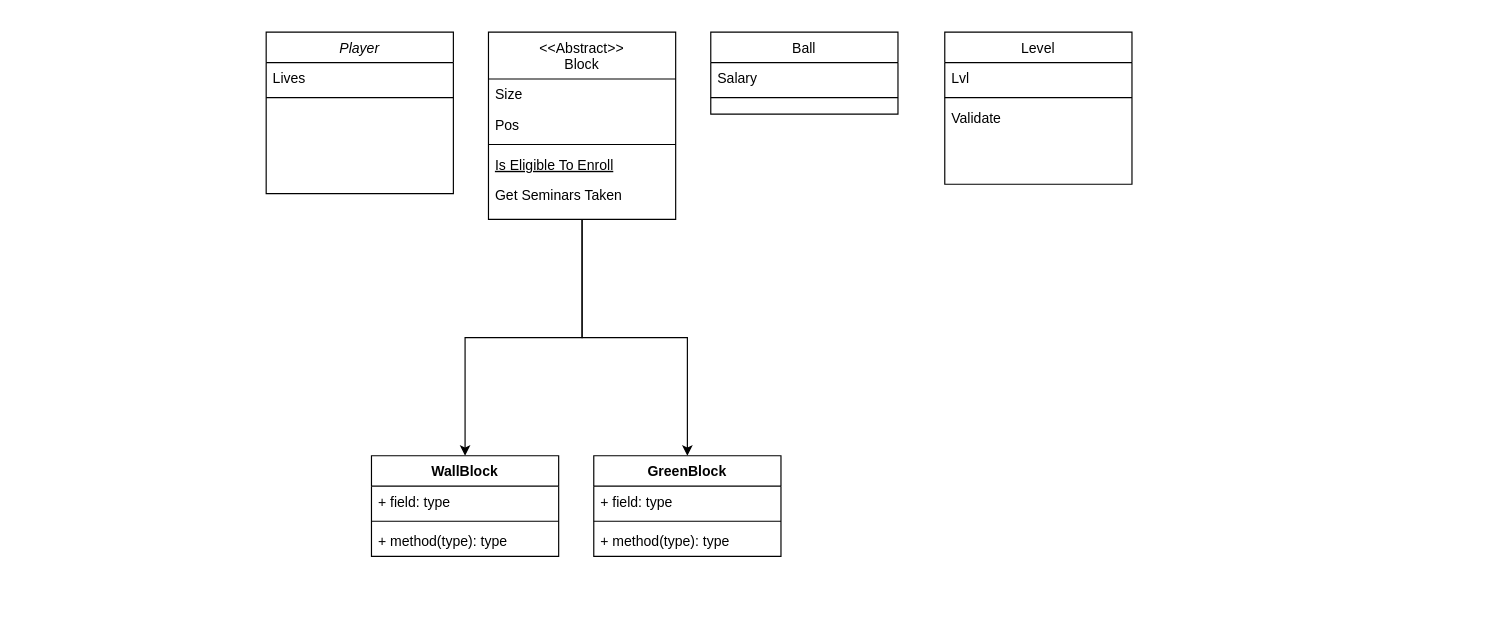
ChristianMoe2ler/DIKUGames keeps this draw.io diagram as Untitled Diagram.drawio. Above is the earlier version. Source tidied: cells renumbered, new cells numbered last; positions are measured from the earlier drawing's top-left corner, leaving out a move shared by most shapes. Both pictures are drawn from the tidied source at 117%, with x=0, y=0 at pixel (266, 32).
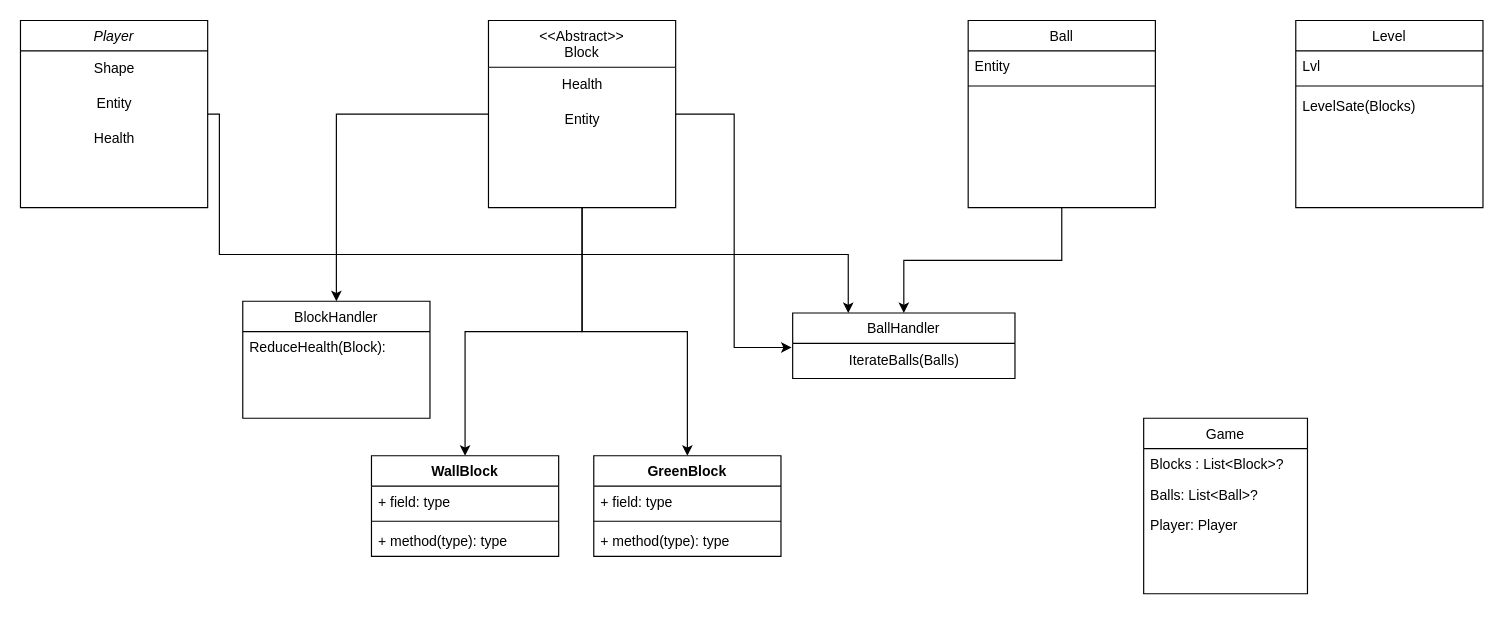
Above is the later version.

The edit, as a diff of the source:
```diff
@@
+    <mxCell id="28" style="edgeStyle=orthogonalEdgeStyle;rounded=0;jettySize=auto;html=1;entryX=0.25;entryY=0;entryDx=0;entryDy=0;" parent="1" edge="1" source="2" target="39">
+      <mxGeometry relative="1" as="geometry">
+        <Array as="points">
+          <mxPoint x="-40" y="190" />
+          <mxPoint x="498" y="190" />
+        </Array>
+      </mxGeometry>
+    </mxCell>
     <mxCell id="2" value="Player" style="swimlane;fontStyle=2;align=center;verticalAlign=top;horizontal=1;startSize=26;rounded=0;shadow=0;strokeWidth=1;" parent="1" vertex="1">
-      <mxGeometry width="160" height="138" as="geometry" />
+      <mxGeometry x="-210" y="-10" width="160" height="160" as="geometry" />
     </mxCell>
-    <mxCell id="3" value="Lives" style="text;align=left;verticalAlign=top;spacingLeft=4;spacingRight=4;overflow=hidden;" parent="2" vertex="1">
-      <mxGeometry y="26" width="160" height="26" as="geometry" />
-    </mxCell>
-    <mxCell id="4" style="line;html=1;strokeWidth=1;align=left;verticalAlign=middle;spacingTop=-1;spacingLeft=3;spacingRight=3;labelPosition=right;" parent="2" vertex="1">
-      <mxGeometry y="52" width="160" height="8" as="geometry" />
-    </mxCell>
+    <mxCell id="29" value="Shape" style="text;html=1;align=center;verticalAlign=middle;strokeColor=none;fillColor=none;" parent="2" vertex="1">
+      <mxGeometry y="26" width="160" height="30" as="geometry" />
+    </mxCell>
+    <mxCell id="30" value="Entity" style="text;html=1;align=center;verticalAlign=middle;strokeColor=none;fillColor=none;" parent="2" vertex="1">
+      <mxGeometry y="56" width="160" height="30" as="geometry" />
+    </mxCell>
+    <mxCell id="31" value="Health" style="text;html=1;align=center;verticalAlign=middle;strokeColor=none;fillColor=none;" parent="2" vertex="1">
+      <mxGeometry y="86" width="160" height="30" as="geometry" />
+    </mxCell>
@@
+    <mxCell id="32" style="edgeStyle=orthogonalEdgeStyle;rounded=0;jettySize=auto;html=1;entryX=-0.005;entryY=0.117;entryDx=0;entryDy=0;entryPerimeter=0;" parent="1" edge="1" source="7" target="40">
+      <mxGeometry relative="1" as="geometry" />
+    </mxCell>
+    <mxCell id="33" style="edgeStyle=orthogonalEdgeStyle;rounded=0;jettySize=auto;html=1;" parent="1" edge="1" source="7" target="37">
+      <mxGeometry relative="1" as="geometry" />
+    </mxCell>
     <mxCell id="7" value="&lt;&lt;Abstract&gt;&gt;&#10;Block" style="swimlane;fontStyle=0;align=center;verticalAlign=top;horizontal=1;startSize=40;rounded=0;shadow=0;strokeWidth=1;" parent="1" vertex="1">
-      <mxGeometry x="190" width="160" height="160" as="geometry" />
+      <mxGeometry x="190" y="-10" width="160" height="160" as="geometry" />
     </mxCell>
-    <mxCell id="8" value="Size" style="text;align=left;verticalAlign=top;spacingLeft=4;spacingRight=4;overflow=hidden;" parent="7" vertex="1">
-      <mxGeometry y="40" width="160" height="26" as="geometry" />
-    </mxCell>
-    <mxCell id="9" value="Pos" style="text;align=left;verticalAlign=top;spacingLeft=4;spacingRight=4;overflow=hidden;rounded=0;shadow=0;html=0;" parent="7" vertex="1">
-      <mxGeometry y="66" width="160" height="26" as="geometry" />
-    </mxCell>
-    <mxCell id="10" style="line;html=1;strokeWidth=1;align=left;verticalAlign=middle;spacingTop=-1;spacingLeft=3;spacingRight=3;labelPosition=right;" parent="7" vertex="1">
-      <mxGeometry y="92" width="160" height="8" as="geometry" />
-    </mxCell>
-    <mxCell id="11" value="Is Eligible To Enroll" style="text;align=left;verticalAlign=top;spacingLeft=4;spacingRight=4;overflow=hidden;fontStyle=4;" parent="7" vertex="1">
-      <mxGeometry y="100" width="160" height="26" as="geometry" />
-    </mxCell>
-    <mxCell id="12" value="Get Seminars Taken" style="text;align=left;verticalAlign=top;spacingLeft=4;spacingRight=4;overflow=hidden;" parent="7" vertex="1">
-      <mxGeometry y="126" width="160" height="26" as="geometry" />
-    </mxCell>
+    <mxCell id="34" value="Health" style="text;html=1;align=center;verticalAlign=middle;strokeColor=none;fillColor=none;" parent="7" vertex="1">
+      <mxGeometry y="40" width="160" height="30" as="geometry" />
+    </mxCell>
+    <mxCell id="35" value="Entity" style="text;html=1;align=center;verticalAlign=middle;strokeColor=none;fillColor=none;" parent="7" vertex="1">
+      <mxGeometry y="70" width="160" height="30" as="geometry" />
+    </mxCell>
+    <mxCell id="36" style="edgeStyle=orthogonalEdgeStyle;rounded=0;jettySize=auto;html=1;entryX=0.5;entryY=0;entryDx=0;entryDy=0;" parent="1" edge="1" source="13" target="39">
+      <mxGeometry relative="1" as="geometry" />
+    </mxCell>
     <mxCell id="13" value="Ball" style="swimlane;fontStyle=0;align=center;verticalAlign=top;horizontal=1;startSize=26;rounded=0;shadow=0;strokeWidth=1;" parent="1" vertex="1">
-      <mxGeometry x="380" width="160" height="70" as="geometry" />
+      <mxGeometry x="600" y="-10" width="160" height="160" as="geometry" />
     </mxCell>
-    <mxCell id="14" value="Salary" style="text;align=left;verticalAlign=top;spacingLeft=4;spacingRight=4;overflow=hidden;" parent="13" vertex="1">
+    <mxCell id="14" value="Entity " style="text;align=left;verticalAlign=top;spacingLeft=4;spacingRight=4;overflow=hidden;" parent="13" vertex="1">
       <mxGeometry y="26" width="160" height="26" as="geometry" />
     </mxCell>
@@
     <mxCell id="16" value="Level" style="swimlane;fontStyle=0;align=center;verticalAlign=top;horizontal=1;startSize=26;rounded=0;shadow=0;strokeWidth=1;" parent="1" vertex="1">
-      <mxGeometry x="580" width="160" height="130" as="geometry" />
+      <mxGeometry x="880" y="-10" width="160" height="160" as="geometry" />
     </mxCell>
@@
-    <mxCell id="19" value="Validate" style="text;align=left;verticalAlign=top;spacingLeft=4;spacingRight=4;overflow=hidden;" parent="16" vertex="1">
+    <mxCell id="19" value="LevelSate(Blocks)" style="text;align=left;verticalAlign=top;spacingLeft=4;spacingRight=4;overflow=hidden;" parent="16" vertex="1">
       <mxGeometry y="60" width="160" height="26" as="geometry" />
     </mxCell>
@@
+    <mxCell id="37" value="BlockHandler" style="swimlane;fontStyle=0;horizontal=1;startSize=26;fillColor=none;" parent="1" vertex="1">
+      <mxGeometry x="-20" y="230" width="160" height="100" as="geometry" />
+    </mxCell>
+    <mxCell id="38" value="ReduceHealth(Block): " style="text;strokeColor=none;fillColor=none;align=left;verticalAlign=top;spacingLeft=4;spacingRight=4;overflow=hidden;" parent="37" vertex="1">
+      <mxGeometry y="26" width="160" height="74" as="geometry" />
+    </mxCell>
+    <mxCell id="39" value="BallHandler" style="swimlane;fontStyle=0;horizontal=1;startSize=26;fillColor=none;" parent="1" vertex="1">
+      <mxGeometry x="450" y="240" width="190" height="56" as="geometry" />
+    </mxCell>
+    <mxCell id="40" value="IterateBalls(Balls)" style="text;html=1;align=center;verticalAlign=middle;points=[];strokeColor=none;fillColor=none;" parent="39" vertex="1">
+      <mxGeometry y="26" width="190" height="30" as="geometry" />
+    </mxCell>
+    <mxCell id="41" value="Game" style="swimlane;fontStyle=0;horizontal=1;startSize=26;fillColor=none;" parent="1" vertex="1">
+      <mxGeometry x="750" y="330" width="140" height="150" as="geometry" />
+    </mxCell>
+    <mxCell id="42" value="Blocks : List&lt;Block&gt;?" style="text;strokeColor=none;fillColor=none;align=left;verticalAlign=top;spacingLeft=4;spacingRight=4;overflow=hidden;" parent="41" vertex="1">
+      <mxGeometry y="26" width="140" height="26" as="geometry" />
+    </mxCell>
+    <mxCell id="43" value="Balls: List&lt;Ball&gt;?" style="text;strokeColor=none;fillColor=none;align=left;verticalAlign=top;spacingLeft=4;spacingRight=4;overflow=hidden;" parent="41" vertex="1">
+      <mxGeometry y="52" width="140" height="26" as="geometry" />
+    </mxCell>
+    <mxCell id="44" value="Player: Player" style="text;strokeColor=none;fillColor=none;align=left;verticalAlign=top;spacingLeft=4;spacingRight=4;overflow=hidden;" parent="41" vertex="1">
+      <mxGeometry y="78" width="140" height="72" as="geometry" />
+    </mxCell>
```
